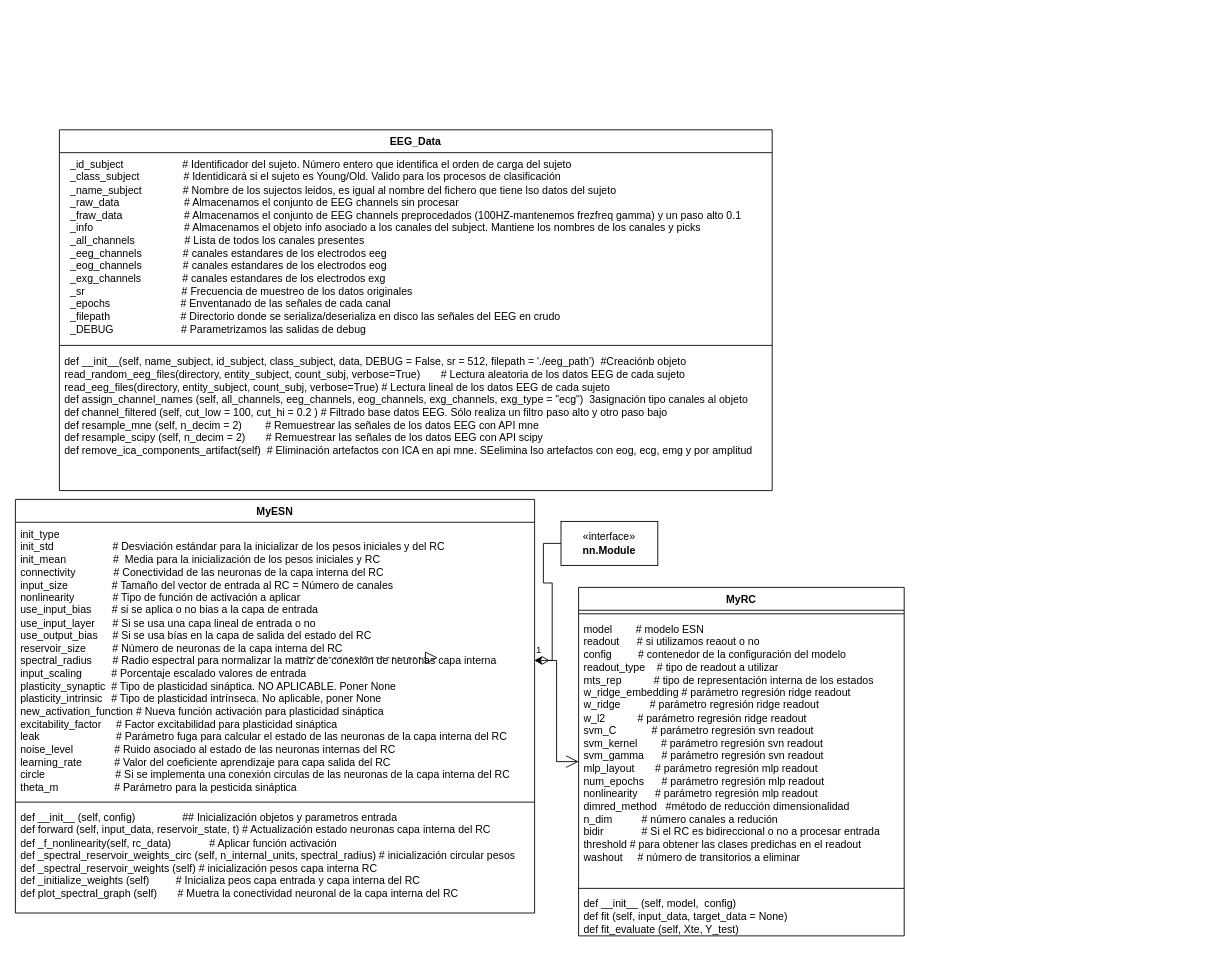
jogugil/MyRC keeps this draw.io diagram as Diagrama sin título.drawio. Above is the earlier version. Source tidied: cells renumbered, new cells numbered last; positions are measured from the earlier drawing's top-left corner, leaving out a move shared by most shapes. Both pictures are drawn from the tidied source at 88%, with x=0, y=0 at pixel (15, 129).
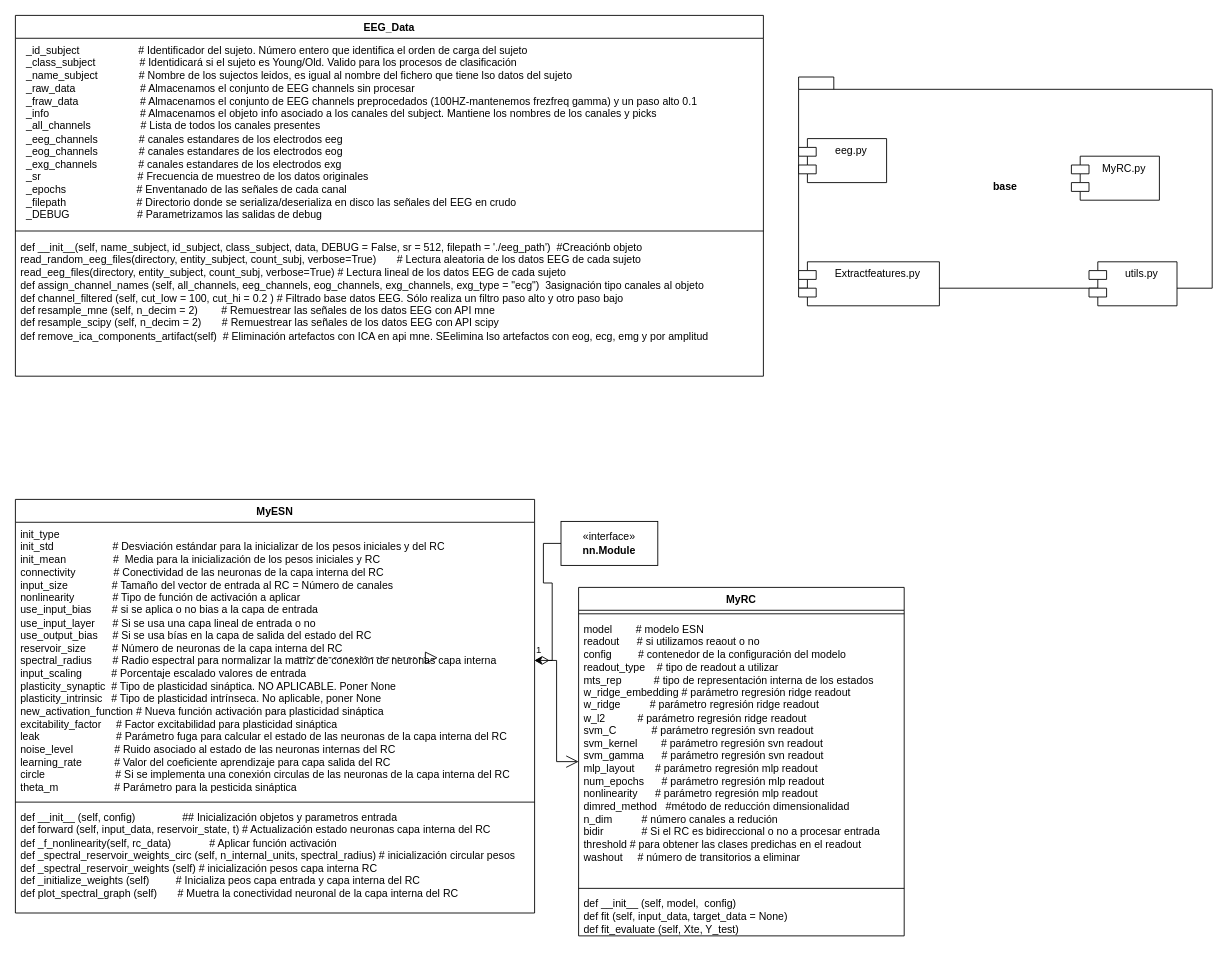
The same diagram, later.

The edit, as a diff of the source:
```diff
@@
     <mxCell id="2" value="EEG_Data" style="swimlane;fontStyle=1;align=center;verticalAlign=top;horizontal=1;startSize=26;whiteSpace=wrap;html=1;" parent="1" vertex="1">
-      <mxGeometry x="50" width="810" height="410" as="geometry" />
+      <mxGeometry y="-130" width="850" height="410" as="geometry" />
     </mxCell>
     <mxCell id="3" value="&amp;nbsp; _id_subject&amp;nbsp;&amp;nbsp;&amp;nbsp; &amp;nbsp; &amp;nbsp; &amp;nbsp; &amp;nbsp; &amp;nbsp; &amp;nbsp; &amp;nbsp;&amp;nbsp;&amp;nbsp; # Identificador del sujeto. Número entero que identifica el orden de carga del sujeto&lt;br&gt;&amp;nbsp; _class_subject &amp;nbsp; &amp;nbsp; &amp;nbsp; &amp;nbsp; &amp;nbsp;&amp;nbsp;&amp;nbsp;&amp;nbsp;&amp;nbsp; # Identidicará si el sujeto es Young/Old. Valido para los procesos de clasificación&lt;br&gt;&amp;nbsp; _name_subject&amp;nbsp; &amp;nbsp; &amp;nbsp;&amp;nbsp; &amp;nbsp;&amp;nbsp;&amp;nbsp;&amp;nbsp;&amp;nbsp;&amp;nbsp; # Nombre de los sujectos leidos, es igual al nombre del fichero que tiene lso datos del sujeto&lt;br&gt;&amp;nbsp; _raw_data&amp;nbsp;&amp;nbsp;&amp;nbsp;&amp;nbsp;&amp;nbsp; &amp;nbsp; &amp;nbsp; &amp;nbsp; &amp;nbsp; &amp;nbsp; &amp;nbsp;&amp;nbsp; &amp;nbsp;&amp;nbsp; # Almacenamos el conjunto de EEG channels sin procesar&lt;br&gt;&amp;nbsp; _fraw_data&amp;nbsp;&amp;nbsp;&amp;nbsp; &amp;nbsp; &amp;nbsp; &amp;nbsp; &amp;nbsp; &amp;nbsp; &amp;nbsp; &amp;nbsp; &amp;nbsp;&amp;nbsp; # Almacenamos el conjunto de EEG channels preprocedados (100HZ-mantenemos frezfreq gamma) y un paso alto 0.1&lt;br&gt;&amp;nbsp; _info&amp;nbsp;&amp;nbsp;&amp;nbsp;&amp;nbsp;&amp;nbsp;&amp;nbsp;&amp;nbsp;&amp;nbsp;&amp;nbsp;&amp;nbsp;&amp;nbsp;&amp;nbsp;&amp;nbsp;&amp;nbsp;&amp;nbsp;&amp;nbsp;&amp;nbsp;&amp;nbsp;&amp;nbsp;&amp;nbsp;&amp;nbsp;&amp;nbsp;&amp;nbsp;&amp;nbsp;&amp;nbsp;&amp;nbsp;&amp;nbsp; &amp;nbsp;&amp;nbsp; # Almacenamos el objeto info asociado a los canales del subject. Mantiene los nombres de los canales y picks&lt;br&gt;&amp;nbsp; _all_channels&amp;nbsp;&amp;nbsp;&amp;nbsp;&amp;nbsp;&amp;nbsp;&amp;nbsp;&amp;nbsp;&amp;nbsp;&amp;nbsp;&amp;nbsp;&amp;nbsp;&amp;nbsp;&amp;nbsp;&amp;nbsp;&amp;nbsp;&amp;nbsp; # Lista de todos los canales presentes&lt;br&gt;&amp;nbsp; _eeg_channels&amp;nbsp;&amp;nbsp;&amp;nbsp;&amp;nbsp;&amp;nbsp;&amp;nbsp;&amp;nbsp;&amp;nbsp;&amp;nbsp;&amp;nbsp;&amp;nbsp; &amp;nbsp; # canales estandares de los electrodos eeg&lt;br&gt;&amp;nbsp; _eog_channels&amp;nbsp;&amp;nbsp;&amp;nbsp;&amp;nbsp;&amp;nbsp;&amp;nbsp;&amp;nbsp;&amp;nbsp;&amp;nbsp;&amp;nbsp;&amp;nbsp; &amp;nbsp; # canales estandares de los electrodos eog&lt;br&gt;&amp;nbsp; _exg_channels&amp;nbsp;&amp;nbsp;&amp;nbsp;&amp;nbsp;&amp;nbsp;&amp;nbsp;&amp;nbsp;&amp;nbsp;&amp;nbsp;&amp;nbsp;&amp;nbsp;&amp;nbsp;&amp;nbsp; # canales estandares de los electrodos exg&lt;br&gt;&amp;nbsp; _sr&amp;nbsp;&amp;nbsp;&amp;nbsp;&amp;nbsp;&amp;nbsp;&amp;nbsp;&amp;nbsp;&amp;nbsp;&amp;nbsp;&amp;nbsp;&amp;nbsp;&amp;nbsp;&amp;nbsp;&amp;nbsp;&amp;nbsp;&amp;nbsp;&amp;nbsp;&amp;nbsp;&amp;nbsp;&amp;nbsp;&amp;nbsp;&amp;nbsp;&amp;nbsp;&amp;nbsp;&amp;nbsp;&amp;nbsp;&amp;nbsp;&amp;nbsp;&amp;nbsp;&amp;nbsp;&amp;nbsp;&amp;nbsp; # Frecuencia de muestreo de los datos originales&lt;br&gt;&amp;nbsp; _epochs&amp;nbsp;&amp;nbsp;&amp;nbsp;&amp;nbsp;&amp;nbsp;&amp;nbsp;&amp;nbsp;&amp;nbsp;&amp;nbsp;&amp;nbsp;&amp;nbsp;&amp;nbsp;&amp;nbsp;&amp;nbsp;&amp;nbsp;&amp;nbsp;&amp;nbsp;&amp;nbsp;&amp;nbsp;&amp;nbsp;&amp;nbsp; &amp;nbsp; # Enventanado de las señales de cada canal&lt;br&gt;&amp;nbsp; _filepath&amp;nbsp;&amp;nbsp;&amp;nbsp;&amp;nbsp;&amp;nbsp;&amp;nbsp;&amp;nbsp;&amp;nbsp;&amp;nbsp;&amp;nbsp;&amp;nbsp;&amp;nbsp;&amp;nbsp;&amp;nbsp;&amp;nbsp;&amp;nbsp;&amp;nbsp;&amp;nbsp;&amp;nbsp;&amp;nbsp;&amp;nbsp;&amp;nbsp;&amp;nbsp; # Directorio donde se serializa/deserializa en disco las señales del EEG en crudo&lt;br&gt;&amp;nbsp; _DEBUG&amp;nbsp;&amp;nbsp;&amp;nbsp;&amp;nbsp;&amp;nbsp;&amp;nbsp;&amp;nbsp;&amp;nbsp;&amp;nbsp;&amp;nbsp;&amp;nbsp;&amp;nbsp;&amp;nbsp;&amp;nbsp;&amp;nbsp;&amp;nbsp;&amp;nbsp;&amp;nbsp;&amp;nbsp;&amp;nbsp;&amp;nbsp;&amp;nbsp; # Parametrizamos las salidas de debug" style="text;strokeColor=none;fillColor=none;align=left;verticalAlign=top;spacingLeft=4;spacingRight=4;overflow=hidden;whiteSpace=wrap;html=1;" parent="2" vertex="1">
-      <mxGeometry y="26" width="810" height="214" as="geometry" />
+      <mxGeometry y="26" width="850" height="214" as="geometry" />
     </mxCell>
     <mxCell id="4" style="line;strokeWidth=1;fillColor=none;align=left;verticalAlign=middle;spacingTop=-1;spacingLeft=3;spacingRight=3;labelPosition=right;strokeColor=inherit;" parent="2" vertex="1">
-      <mxGeometry y="240" width="810" height="10" as="geometry" />
+      <mxGeometry y="240" width="850" height="10" as="geometry" />
     </mxCell>
     <mxCell id="5" value="&lt;div&gt;def __init__(self, name_subject, id_subject, class_subject, data, DEBUG = False, sr = 512, filepath = './eeg_path')&amp;nbsp; #Creaciónb objeto&lt;br&gt;&lt;/div&gt;&lt;div&gt;read_random_eeg_files(directory, entity_subject, count_subj, verbose=True)&amp;nbsp;&amp;nbsp;&amp;nbsp;&amp;nbsp;&amp;nbsp;&amp;nbsp; # Lectura aleatoria de los datos EEG de cada sujeto &lt;br&gt;&lt;/div&gt;&lt;div&gt;read_eeg_files(directory, entity_subject, count_subj, verbose=True) # Lectura lineal de los datos EEG de cada sujeto&lt;br&gt;&lt;/div&gt;&lt;div&gt;def assign_channel_names (self, all_channels, eeg_channels, eog_channels, exg_channels, exg_type = &quot;ecg&quot;)&amp;nbsp; 3asignación tipo canales al objeto&lt;br&gt;&lt;/div&gt;&lt;div&gt;def channel_filtered (self, cut_low = 100, cut_hi = 0.2 ) # Filtrado base datos EEG. Sólo realiza un filtro paso alto y otro paso bajo&lt;br&gt;&lt;/div&gt;&lt;div&gt;def resample_mne (self, n_decim = 2)&amp;nbsp;&amp;nbsp;&amp;nbsp;&amp;nbsp;&amp;nbsp;&amp;nbsp;&amp;nbsp; # Remuestrear las señales de los datos EEG con API mne&lt;br&gt;&lt;/div&gt;&lt;div&gt;def resample_scipy (self, n_decim = 2)&amp;nbsp;&amp;nbsp;&amp;nbsp;&amp;nbsp;&amp;nbsp;&amp;nbsp; # Remuestrear las señales de los datos EEG con API scipy&lt;br&gt;&lt;/div&gt;&lt;div&gt;def remove_ica_components_artifact(self)&amp;nbsp; # Eliminación artefactos con ICA en api mne. SEelimina lso artefactos con eog, ecg, emg y por amplitud&lt;br&gt;&lt;/div&gt;" style="text;strokeColor=none;fillColor=none;align=left;verticalAlign=top;spacingLeft=4;spacingRight=4;overflow=hidden;whiteSpace=wrap;html=1;" parent="2" vertex="1">
-      <mxGeometry y="250" width="810" height="160" as="geometry" />
+      <mxGeometry y="250" width="850" height="160" as="geometry" />
     </mxCell>
@@
+    <mxCell id="19" value="base" style="shape=folder;fontStyle=1;spacingTop=10;tabWidth=40;tabHeight=14;tabPosition=left;html=1;whiteSpace=wrap;" parent="1" vertex="1">
+      <mxGeometry x="890" y="-60" width="470" height="240" as="geometry" />
+    </mxCell>
+    <mxCell id="20" value="eeg.py" style="shape=module;align=left;spacingLeft=20;align=center;verticalAlign=top;whiteSpace=wrap;html=1;" parent="1" vertex="1">
+      <mxGeometry x="890" y="10" width="100" height="50" as="geometry" />
+    </mxCell>
+    <mxCell id="21" value="MyRC.py" style="shape=module;align=left;spacingLeft=20;align=center;verticalAlign=top;whiteSpace=wrap;html=1;" parent="1" vertex="1">
+      <mxGeometry x="1200" y="30" width="100" height="50" as="geometry" />
+    </mxCell>
+    <mxCell id="22" value="Extractfeatures.py" style="shape=module;align=left;spacingLeft=20;align=center;verticalAlign=top;whiteSpace=wrap;html=1;" parent="1" vertex="1">
+      <mxGeometry x="890" y="150" width="160" height="50" as="geometry" />
+    </mxCell>
+    <mxCell id="23" value="utils.py" style="shape=module;align=left;spacingLeft=20;align=center;verticalAlign=top;whiteSpace=wrap;html=1;" parent="1" vertex="1">
+      <mxGeometry x="1220" y="150" width="100" height="50" as="geometry" />
+    </mxCell>
```
